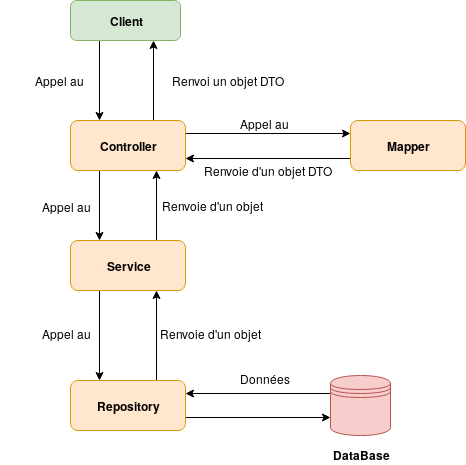
Before: diagrammes/schema_apptour.png, a diagram exported from draw.io (Mouhyi-Eddine/RapportAlternance). Source tidied: cells renumbered, new cells last; positions are measured from the earlier drawing's top-left corner, leaving out a move shared by most shapes.
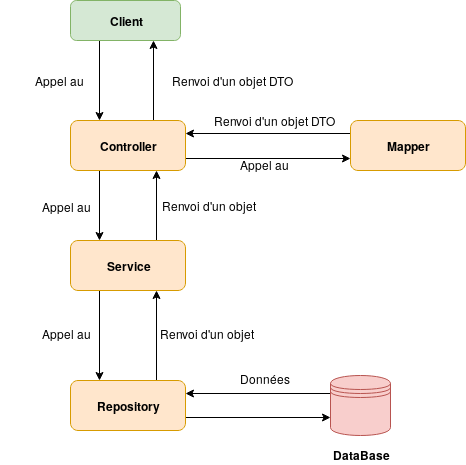
Above is the later version.

The edit, as a diff of the source:
```diff
@@ -22,7 +22,7 @@
     <mxCell id="5" style="edgeStyle=orthogonalEdgeStyle;rounded=0;jettySize=auto;html=1;exitX=0.25;exitY=1;exitDx=0;exitDy=0;entryX=0.25;entryY=0;entryDx=0;entryDy=0;" parent="1" edge="1" source="7" target="10">
       <mxGeometry relative="1" as="geometry" />
     </mxCell>
-    <mxCell id="6" style="edgeStyle=orthogonalEdgeStyle;rounded=0;jettySize=auto;html=1;exitX=1;exitY=0.25;exitDx=0;exitDy=0;entryX=0;entryY=0.25;entryDx=0;entryDy=0;" parent="1" edge="1" source="7" target="15">
+    <mxCell id="6" style="edgeStyle=orthogonalEdgeStyle;rounded=0;jettySize=auto;html=1;exitX=1;exitY=0.75;exitDx=0;exitDy=0;entryX=0;entryY=0.75;entryDx=0;entryDy=0;" parent="1" edge="1" source="7" target="15">
       <mxGeometry relative="1" as="geometry" />
     </mxCell>
     <mxCell id="7" value="&lt;b&gt;Controller&lt;/b&gt;" style="rounded=1;whiteSpace=wrap;html=1;fillColor=#ffe6cc;strokeColor=#d79b00;" parent="1" vertex="1">
@@ -50,7 +50,7 @@
     <mxCell id="13" value="&lt;b&gt;Repository&lt;/b&gt;" style="rounded=1;whiteSpace=wrap;html=1;fillColor=#ffe6cc;strokeColor=#d79b00;" parent="1" vertex="1">
       <mxGeometry x="70" y="380" width="115" height="50" as="geometry" />
     </mxCell>
-    <mxCell id="14" style="edgeStyle=orthogonalEdgeStyle;rounded=0;jettySize=auto;html=1;exitX=0;exitY=0.75;exitDx=0;exitDy=0;entryX=1;entryY=0.75;entryDx=0;entryDy=0;" parent="1" edge="1" source="15" target="7">
+    <mxCell id="14" style="edgeStyle=orthogonalEdgeStyle;rounded=0;jettySize=auto;html=1;exitX=0;exitY=0.25;exitDx=0;exitDy=0;entryX=1;entryY=0.25;entryDx=0;entryDy=0;" parent="1" edge="1" source="15" target="7">
       <mxGeometry relative="1" as="geometry" />
     </mxCell>
     <mxCell id="15" value="&lt;b&gt;Mapper&lt;/b&gt;" style="rounded=1;whiteSpace=wrap;html=1;fillColor=#ffe6cc;strokeColor=#d79b00;" parent="1" vertex="1">
@@ -59,14 +59,14 @@
     <mxCell id="16" value="&lt;div align=&quot;right&quot;&gt;Appel au &lt;/div&gt;" style="text;html=1;strokeColor=none;fillColor=none;align=right;verticalAlign=middle;whiteSpace=wrap;rounded=0;" parent="1" vertex="1">
       <mxGeometry y="70" width="85" height="20" as="geometry" />
     </mxCell>
-    <mxCell id="17" value="Renvoi un objet DTO" style="text;html=1;strokeColor=none;fillColor=none;align=left;verticalAlign=middle;whiteSpace=wrap;rounded=0;" parent="1" vertex="1">
+    <mxCell id="17" value="Renvoi d'un objet DTO" style="text;html=1;strokeColor=none;fillColor=none;align=left;verticalAlign=middle;whiteSpace=wrap;rounded=0;" parent="1" vertex="1">
       <mxGeometry x="170" y="70" width="130" height="20" as="geometry" />
     </mxCell>
     <mxCell id="18" value="Appel au" style="text;html=1;" parent="1" vertex="1">
-      <mxGeometry x="238" y="110" width="70" height="30" as="geometry" />
+      <mxGeometry x="238" y="151" width="70" height="30" as="geometry" />
     </mxCell>
-    <mxCell id="19" value="&lt;div align=&quot;center&quot;&gt;Renvoie d'un objet DTO&lt;/div&gt;" style="text;html=1;strokeColor=none;fillColor=none;align=center;verticalAlign=middle;whiteSpace=wrap;rounded=0;" parent="1" vertex="1">
-      <mxGeometry x="202.5" y="160" width="130" height="20" as="geometry" />
+    <mxCell id="19" value="&lt;div align=&quot;center&quot;&gt;Renvoi d'un objet DTO&lt;/div&gt;" style="text;html=1;strokeColor=none;fillColor=none;align=center;verticalAlign=middle;whiteSpace=wrap;rounded=0;" parent="1" vertex="1">
+      <mxGeometry x="208" y="110" width="130" height="20" as="geometry" />
     </mxCell>
     <mxCell id="20" value="&lt;div align=&quot;right&quot;&gt;Appel au &lt;/div&gt;" style="text;html=1;align=left;verticalAlign=top;spacingTop=-4;" parent="1" vertex="1">
       <mxGeometry x="40" y="197" width="60" height="20" as="geometry" />
@@ -74,10 +74,10 @@
     <mxCell id="21" value="Appel au" style="text;html=1;" parent="1" vertex="1">
       <mxGeometry x="40" y="320" width="70" height="30" as="geometry" />
     </mxCell>
-    <mxCell id="22" value="Renvoie d'un objet" style="text;html=1;" parent="1" vertex="1">
+    <mxCell id="22" value="Renvoi d'un objet" style="text;html=1;" parent="1" vertex="1">
       <mxGeometry x="160" y="192" width="140" height="30" as="geometry" />
     </mxCell>
-    <mxCell id="23" value="Renvoie d'un objet" style="text;html=1;" parent="1" vertex="1">
+    <mxCell id="23" value="Renvoi d'un objet" style="text;html=1;" parent="1" vertex="1">
       <mxGeometry x="157.5" y="320" width="110" height="30" as="geometry" />
     </mxCell>
     <mxCell id="24" style="edgeStyle=orthogonalEdgeStyle;rounded=0;jettySize=auto;html=1;exitX=0;exitY=0.3;exitDx=0;exitDy=0;entryX=1;entryY=0.25;entryDx=0;entryDy=0;" parent="1" edge="1" source="25" target="13">
```
